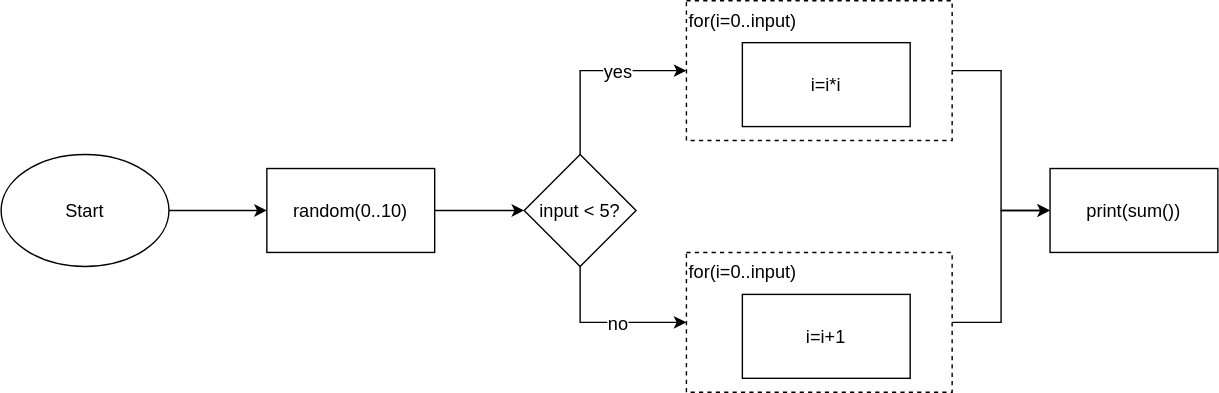
The draw.io diagram docs/getting-started/assets/flow_control.svg in rill-flow/rill-flow.github.io, before a commit. Source tidied: cells renumbered, new cells last; positions are measured from the earlier drawing's top-left corner, leaving out a move shared by most shapes. Its diagram source:
```xml
<mxGraphModel>
  <root>
    <mxCell id="0" />
    <mxCell id="1" parent="0" />
    <mxCell id="2" style="edgeStyle=orthogonalEdgeStyle;rounded=0;jettySize=auto;html=1;exitX=1;exitY=0.5;exitDx=0;exitDy=0;entryX=0;entryY=0.5;entryDx=0;entryDy=0;fontSize=13;" parent="1" edge="1" source="3" target="14">
      <mxGeometry relative="1" as="geometry" />
    </mxCell>
    <mxCell id="3" value="for(i=0..input)" style="rounded=0;whiteSpace=wrap;html=1;fillColor=none;verticalAlign=top;align=left;dashed=1;fontSize=13;" parent="1" vertex="1">
      <mxGeometry x="490" width="190" height="100" as="geometry" />
    </mxCell>
    <mxCell id="4" style="edgeStyle=orthogonalEdgeStyle;rounded=0;jettySize=auto;html=1;exitX=1;exitY=0.5;exitDx=0;exitDy=0;fontSize=13;" parent="1" edge="1" source="5" target="12">
      <mxGeometry relative="1" as="geometry" />
    </mxCell>
    <mxCell id="5" value="random(0..10)" style="rounded=0;whiteSpace=wrap;html=1;fontSize=13;" parent="1" vertex="1">
      <mxGeometry x="190" y="120" width="120" height="60" as="geometry" />
    </mxCell>
    <mxCell id="6" style="edgeStyle=orthogonalEdgeStyle;rounded=0;jettySize=auto;html=1;exitX=1;exitY=0.5;exitDx=0;exitDy=0;entryX=0;entryY=0.5;entryDx=0;entryDy=0;fontSize=13;" parent="1" edge="1" source="7" target="5">
      <mxGeometry relative="1" as="geometry" />
    </mxCell>
    <mxCell id="7" value="Start" style="ellipse;whiteSpace=wrap;html=1;fontSize=13;" parent="1" vertex="1">
      <mxGeometry y="110" width="120" height="80" as="geometry" />
    </mxCell>
    <mxCell id="8" style="edgeStyle=orthogonalEdgeStyle;rounded=0;jettySize=auto;html=1;exitX=0.5;exitY=0;exitDx=0;exitDy=0;entryX=0;entryY=0.5;entryDx=0;entryDy=0;fontSize=13;" parent="1" edge="1" source="12" target="3">
      <mxGeometry relative="1" as="geometry" />
    </mxCell>
    <mxCell id="9" value="yes" style="edgeLabel;html=1;align=center;verticalAlign=middle;fontSize=13;" parent="8" vertex="1">
      <mxGeometry x="0.06" y="-1" relative="1" as="geometry">
        <mxPoint x="14" y="-1" as="offset" />
      </mxGeometry>
    </mxCell>
    <mxCell id="10" style="edgeStyle=orthogonalEdgeStyle;rounded=0;jettySize=auto;html=1;exitX=0.5;exitY=1;exitDx=0;exitDy=0;entryX=0;entryY=0.5;entryDx=0;entryDy=0;fontSize=13;" parent="1" edge="1" source="12" target="16">
      <mxGeometry relative="1" as="geometry" />
    </mxCell>
    <mxCell id="11" value="no" style="edgeLabel;html=1;align=center;verticalAlign=middle;fontSize=13;" parent="10" vertex="1">
      <mxGeometry x="-0.19" y="1" relative="1" as="geometry">
        <mxPoint x="19" y="1" as="offset" />
      </mxGeometry>
    </mxCell>
    <mxCell id="12" value="input &amp;lt; 5?" style="rhombus;whiteSpace=wrap;html=1;fontSize=13;" parent="1" vertex="1">
      <mxGeometry x="374" y="110" width="80" height="80" as="geometry" />
    </mxCell>
    <mxCell id="13" value="i=i*i" style="rounded=0;whiteSpace=wrap;html=1;fontSize=13;" parent="1" vertex="1">
      <mxGeometry x="530" y="30" width="120" height="60" as="geometry" />
    </mxCell>
    <mxCell id="14" value="print(sum())" style="rounded=0;whiteSpace=wrap;html=1;fontSize=13;" parent="1" vertex="1">
      <mxGeometry x="750" y="120" width="120" height="60" as="geometry" />
    </mxCell>
    <mxCell id="15" style="edgeStyle=orthogonalEdgeStyle;rounded=0;jettySize=auto;html=1;exitX=1;exitY=0.5;exitDx=0;exitDy=0;entryX=0;entryY=0.5;entryDx=0;entryDy=0;fontSize=13;" parent="1" edge="1" source="16" target="14">
      <mxGeometry relative="1" as="geometry" />
    </mxCell>
    <mxCell id="16" value="for(i=0..input)" style="rounded=0;whiteSpace=wrap;html=1;fillColor=none;verticalAlign=top;align=left;dashed=1;fontSize=13;" parent="1" vertex="1">
      <mxGeometry x="490" y="180" width="190" height="100" as="geometry" />
    </mxCell>
    <mxCell id="17" value="i=i+1" style="rounded=0;whiteSpace=wrap;html=1;fontSize=13;" parent="1" vertex="1">
      <mxGeometry x="530" y="210" width="120" height="60" as="geometry" />
    </mxCell>
  </root>
</mxGraphModel>
```
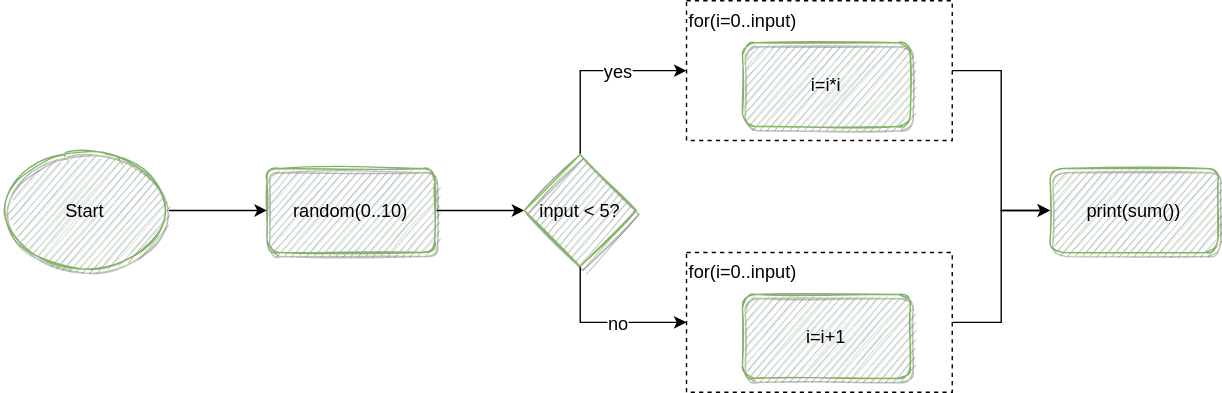
Later version of the same file.

The edit, as a diff of the source:
```diff
@@ -11,13 +11,13 @@
     <mxCell id="4" style="edgeStyle=orthogonalEdgeStyle;rounded=0;jettySize=auto;html=1;exitX=1;exitY=0.5;exitDx=0;exitDy=0;fontSize=13;" parent="1" edge="1" source="5" target="12">
       <mxGeometry relative="1" as="geometry" />
     </mxCell>
-    <mxCell id="5" value="random(0..10)" style="rounded=0;whiteSpace=wrap;html=1;fontSize=13;" parent="1" vertex="1">
+    <mxCell id="5" value="random(0..10)" style="rounded=1;whiteSpace=wrap;html=1;fontSize=13;shadow=1;sketch=1;glass=0;fillColor=#d5e8d4;strokeColor=#82b366;" parent="1" vertex="1">
       <mxGeometry x="190" y="120" width="120" height="60" as="geometry" />
     </mxCell>
     <mxCell id="6" style="edgeStyle=orthogonalEdgeStyle;rounded=0;jettySize=auto;html=1;exitX=1;exitY=0.5;exitDx=0;exitDy=0;entryX=0;entryY=0.5;entryDx=0;entryDy=0;fontSize=13;" parent="1" edge="1" source="7" target="5">
       <mxGeometry relative="1" as="geometry" />
     </mxCell>
-    <mxCell id="7" value="Start" style="ellipse;whiteSpace=wrap;html=1;fontSize=13;" parent="1" vertex="1">
+    <mxCell id="7" value="Start" style="ellipse;whiteSpace=wrap;html=1;fontSize=13;fillColor=#d5e8d4;strokeColor=#82b366;sketch=1;shadow=1;" parent="1" vertex="1">
       <mxGeometry y="110" width="120" height="80" as="geometry" />
     </mxCell>
     <mxCell id="8" style="edgeStyle=orthogonalEdgeStyle;rounded=0;jettySize=auto;html=1;exitX=0.5;exitY=0;exitDx=0;exitDy=0;entryX=0;entryY=0.5;entryDx=0;entryDy=0;fontSize=13;" parent="1" edge="1" source="12" target="3">
@@ -36,22 +36,22 @@
         <mxPoint x="19" y="1" as="offset" />
       </mxGeometry>
     </mxCell>
-    <mxCell id="12" value="input &amp;lt; 5?" style="rhombus;whiteSpace=wrap;html=1;fontSize=13;" parent="1" vertex="1">
+    <mxCell id="12" value="input &amp;lt; 5?" style="rhombus;whiteSpace=wrap;html=1;fontSize=13;shadow=1;sketch=1;fillColor=#d5e8d4;strokeColor=#82b366;" parent="1" vertex="1">
       <mxGeometry x="374" y="110" width="80" height="80" as="geometry" />
     </mxCell>
-    <mxCell id="13" value="i=i*i" style="rounded=0;whiteSpace=wrap;html=1;fontSize=13;" parent="1" vertex="1">
+    <mxCell id="13" value="i=i*i" style="rounded=1;whiteSpace=wrap;html=1;fontSize=13;glass=0;shadow=1;sketch=1;fillColor=#d5e8d4;strokeColor=#82b366;" parent="1" vertex="1">
       <mxGeometry x="530" y="30" width="120" height="60" as="geometry" />
     </mxCell>
-    <mxCell id="14" value="print(sum())" style="rounded=0;whiteSpace=wrap;html=1;fontSize=13;" parent="1" vertex="1">
+    <mxCell id="14" value="print(sum())" style="rounded=1;whiteSpace=wrap;html=1;fontSize=13;fillColor=#d5e8d4;strokeColor=#82b366;sketch=1;shadow=1;" parent="1" vertex="1">
       <mxGeometry x="750" y="120" width="120" height="60" as="geometry" />
     </mxCell>
     <mxCell id="15" style="edgeStyle=orthogonalEdgeStyle;rounded=0;jettySize=auto;html=1;exitX=1;exitY=0.5;exitDx=0;exitDy=0;entryX=0;entryY=0.5;entryDx=0;entryDy=0;fontSize=13;" parent="1" edge="1" source="16" target="14">
       <mxGeometry relative="1" as="geometry" />
     </mxCell>
-    <mxCell id="16" value="for(i=0..input)" style="rounded=0;whiteSpace=wrap;html=1;fillColor=none;verticalAlign=top;align=left;dashed=1;fontSize=13;" parent="1" vertex="1">
+    <mxCell id="16" value="for(i=0..input)" style="rounded=0;whiteSpace=wrap;html=1;fillColor=none;verticalAlign=top;align=left;dashed=1;fontSize=13;shadow=0;" parent="1" vertex="1">
       <mxGeometry x="490" y="180" width="190" height="100" as="geometry" />
     </mxCell>
-    <mxCell id="17" value="i=i+1" style="rounded=0;whiteSpace=wrap;html=1;fontSize=13;" parent="1" vertex="1">
+    <mxCell id="17" value="i=i+1" style="rounded=1;whiteSpace=wrap;html=1;fontSize=13;fillColor=#d5e8d4;strokeColor=#82b366;shadow=1;sketch=1;" parent="1" vertex="1">
       <mxGeometry x="530" y="210" width="120" height="60" as="geometry" />
     </mxCell>
   </root>
```
